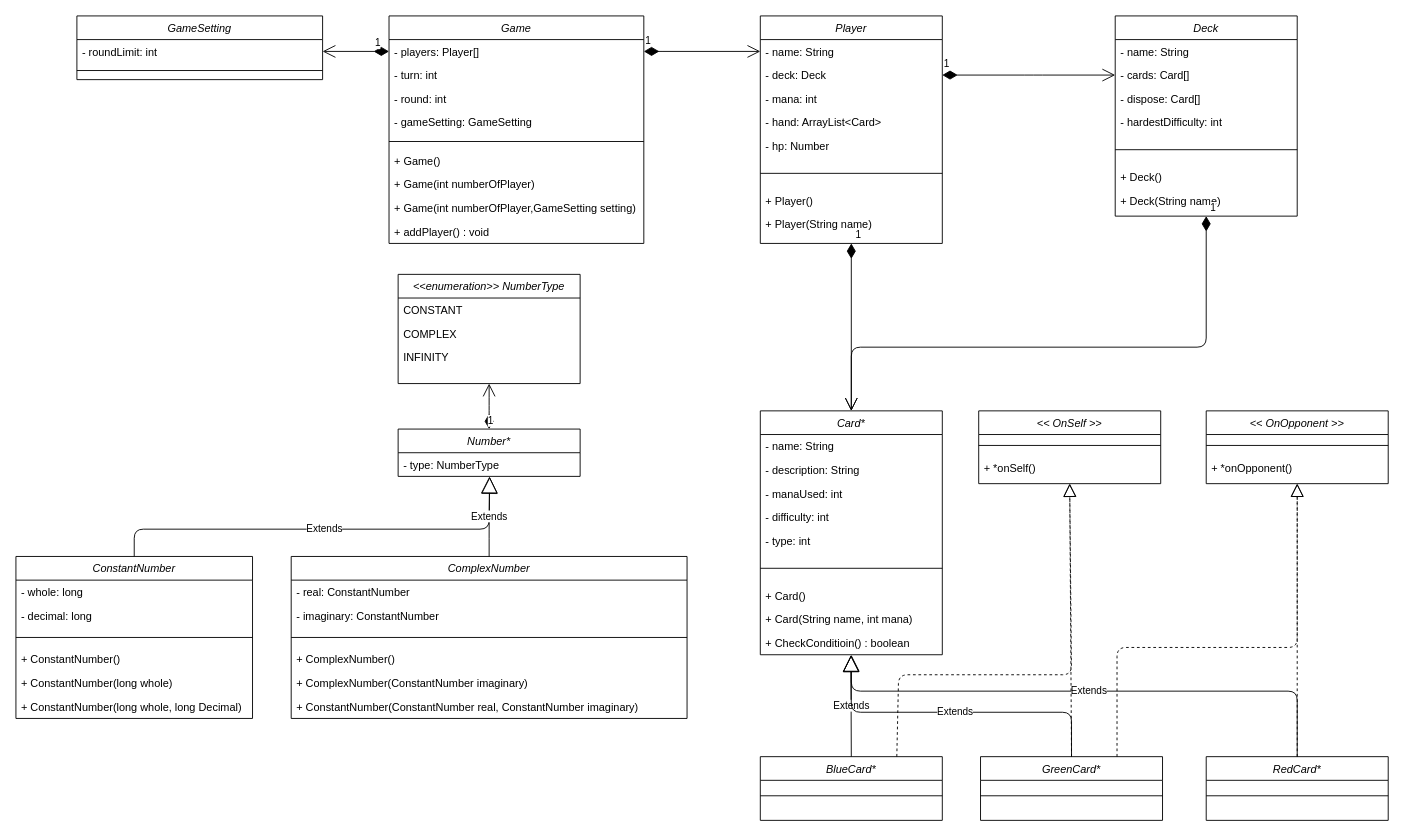
Earlier version of the draw.io diagram Card.drawio (Mstxz/math-card-game). Source tidied: cells renumbered, new cells numbered last; positions are measured from the earlier drawing's top-left corner, leaving out a move shared by most shapes. Both pictures are drawn from the tidied source at 91%, with x=0, y=0 at pixel (15, 15).
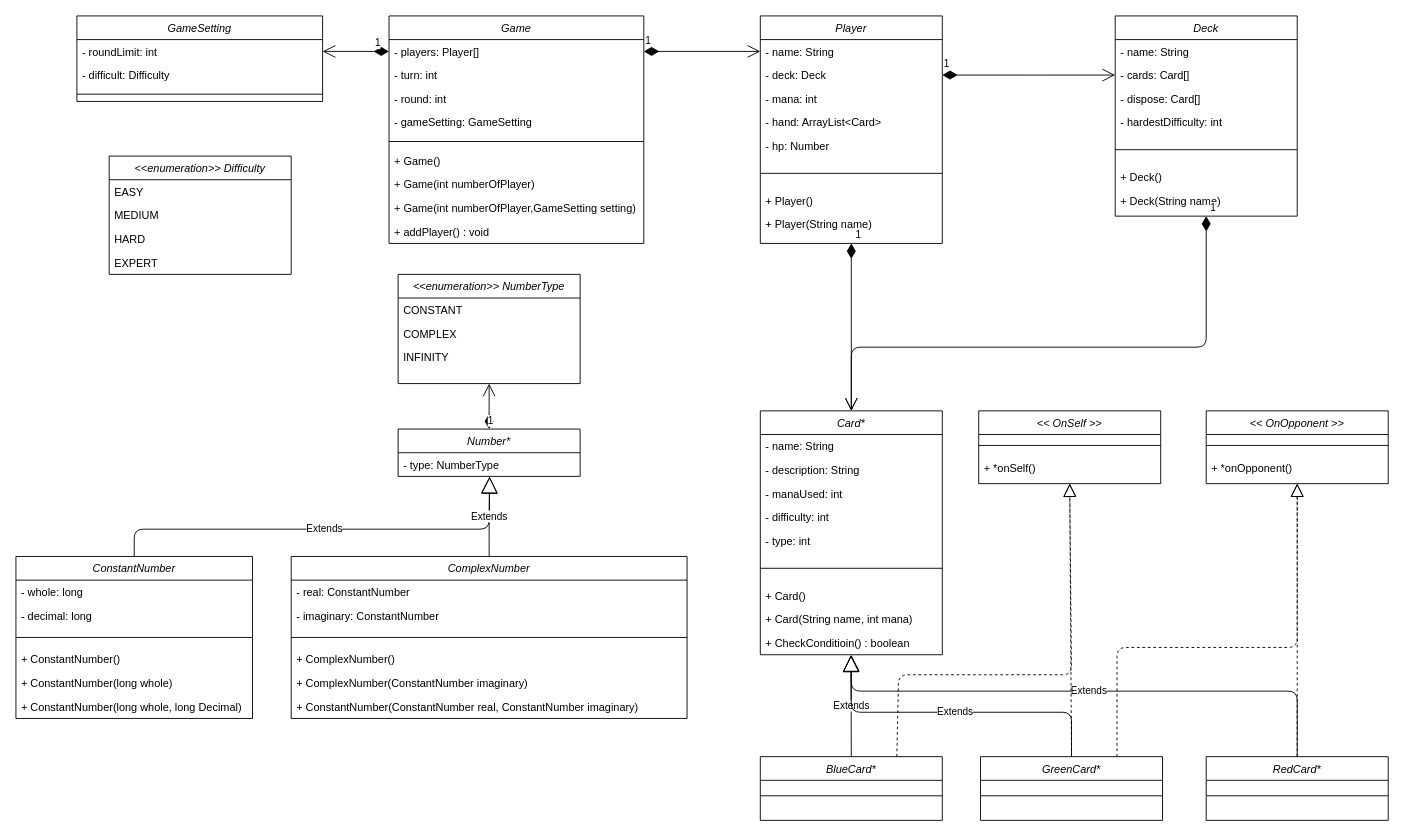
After the change.

Commit message:
update class diagram

Diff of the diagram source:
```diff
@@
     <mxCell id="76" value="GameSetting" style="swimlane;fontStyle=2;align=center;verticalAlign=top;horizontal=1;startSize=26;rounded=0;shadow=0;strokeWidth=1;" parent="1" vertex="1">
-      <mxGeometry x="67" width="270" height="70" as="geometry" />
+      <mxGeometry x="67" width="270" height="94" as="geometry" />
     </mxCell>
@@
+    <mxCell id="89" value="- difficult: Difficulty" style="text;align=left;verticalAlign=top;spacingLeft=4;spacingRight=4;overflow=hidden;" parent="76" vertex="1">
+      <mxGeometry y="52" width="270" height="26" as="geometry" />
+    </mxCell>
     <mxCell id="78" style="line;html=1;strokeWidth=1;align=left;verticalAlign=middle;spacingTop=-1;spacingLeft=3;spacingRight=3;labelPosition=right;" parent="76" vertex="1">
-      <mxGeometry y="52" width="270" height="16" as="geometry" />
+      <mxGeometry y="78" width="270" height="16" as="geometry" />
     </mxCell>
@@
+    <mxCell id="90" value="&lt;&lt;enumeration&gt;&gt; Difficulty" style="swimlane;fontStyle=2;align=center;verticalAlign=top;horizontal=1;startSize=26;rounded=0;shadow=0;strokeWidth=1;" parent="1" vertex="1">
+      <mxGeometry x="102.5" y="154" width="200" height="130" as="geometry" />
+    </mxCell>
+    <mxCell id="91" value="EASY" style="text;align=left;verticalAlign=top;spacingLeft=4;spacingRight=4;overflow=hidden;" parent="90" vertex="1">
+      <mxGeometry y="26" width="200" height="26" as="geometry" />
+    </mxCell>
+    <mxCell id="92" value="MEDIUM" style="text;align=left;verticalAlign=top;spacingLeft=4;spacingRight=4;overflow=hidden;" parent="90" vertex="1">
+      <mxGeometry y="52" width="200" height="26" as="geometry" />
+    </mxCell>
+    <mxCell id="93" value="HARD" style="text;align=left;verticalAlign=top;spacingLeft=4;spacingRight=4;overflow=hidden;" parent="90" vertex="1">
+      <mxGeometry y="78" width="200" height="26" as="geometry" />
+    </mxCell>
+    <mxCell id="94" value="EXPERT" style="text;align=left;verticalAlign=top;spacingLeft=4;spacingRight=4;overflow=hidden;" parent="90" vertex="1">
+      <mxGeometry y="104" width="200" height="26" as="geometry" />
+    </mxCell>
```
